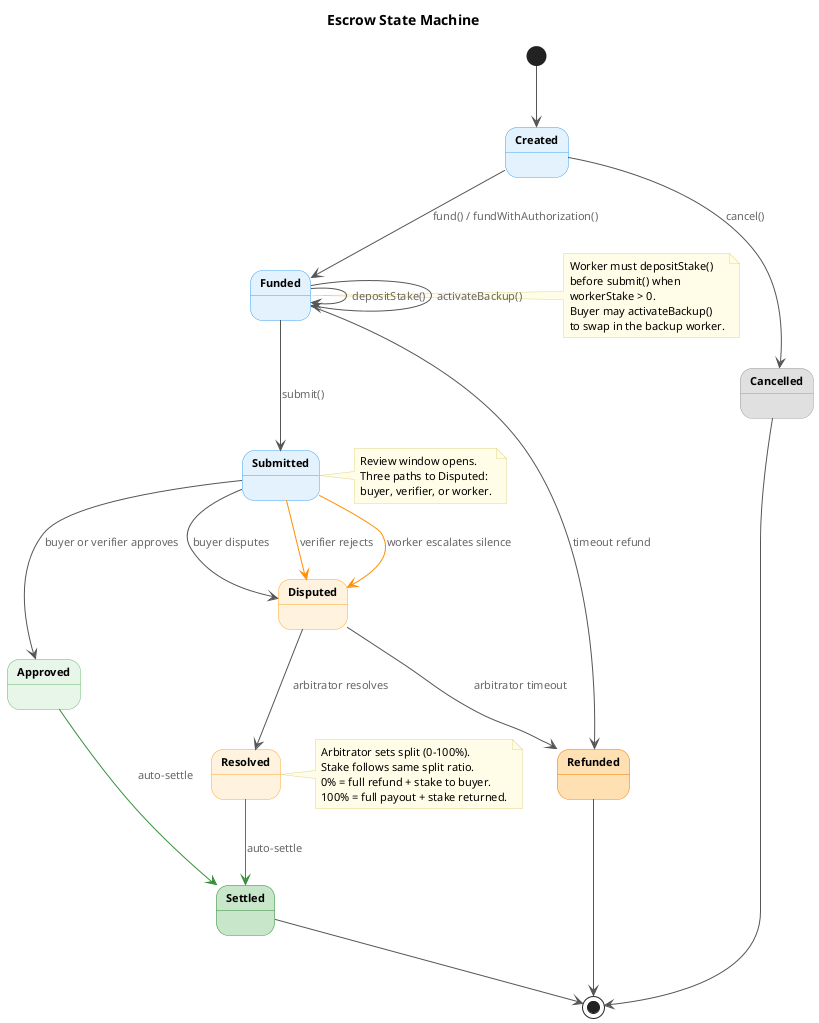
The PlantUML diagram docs/diagrams/state-machine.png in eddiefleurent/agent-escrow, before a commit.
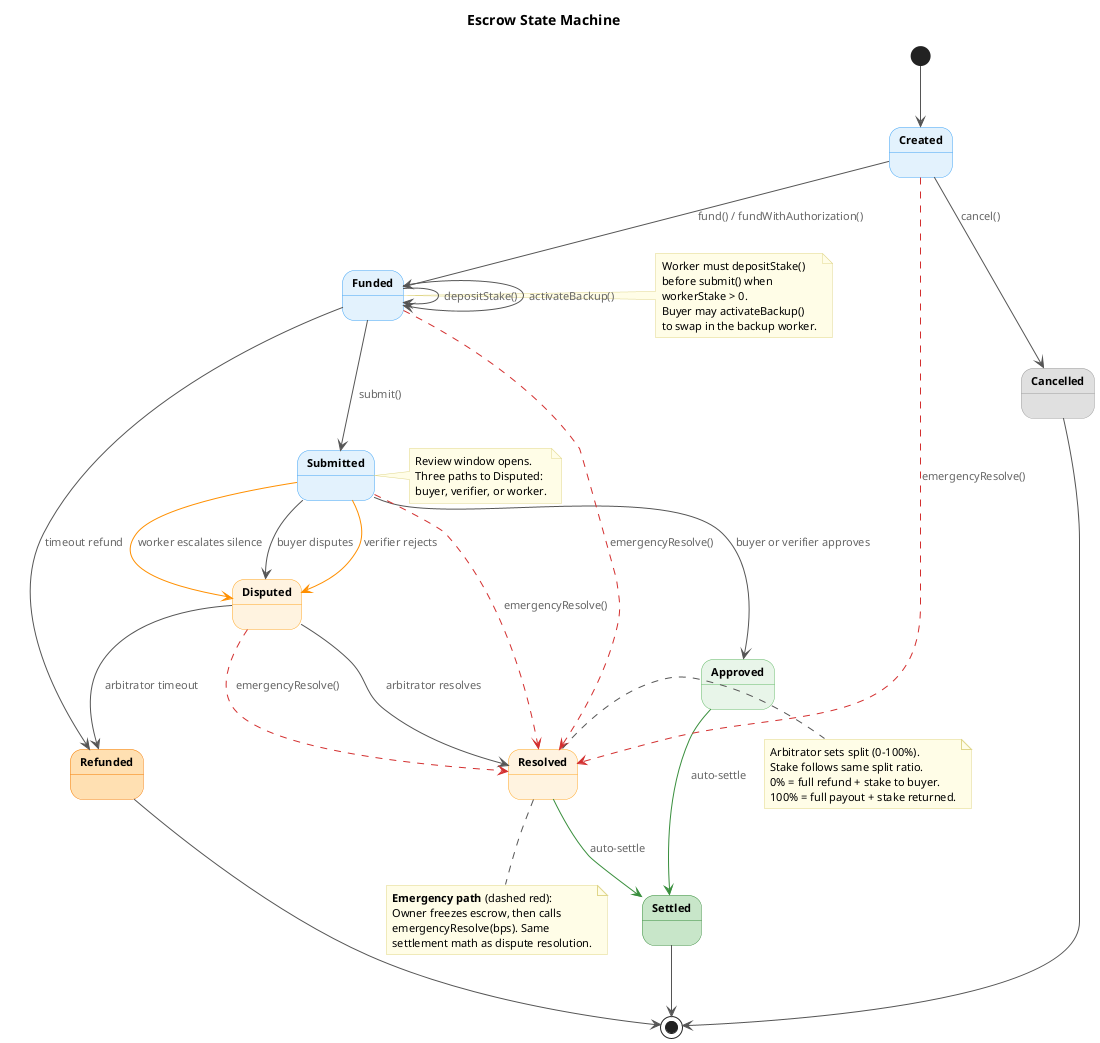
Later version of the same file.

What changed in the source:
```diff
@@ -57,6 +57,11 @@
 Refunded --> [*]
 Settled --> [*]
 
+Created -[#D32F2F,dashed]-> Resolved : emergencyResolve()
+Funded -[#D32F2F,dashed]-> Resolved : emergencyResolve()
+Submitted -[#D32F2F,dashed]-> Resolved : emergencyResolve()
+Disputed -[#D32F2F,dashed]-> Resolved : emergencyResolve()
+
 note right of Funded
   Worker must depositStake()
   before submit() when
@@ -78,4 +83,11 @@
   100% = full payout + stake returned.
 end note
 
+note bottom of Resolved
+  **Emergency path** (dashed red):
+  Owner freezes escrow, then calls
+  emergencyResolve(bps). Same
+  settlement math as dispute resolution.
+end note
+
 @enduml
```
